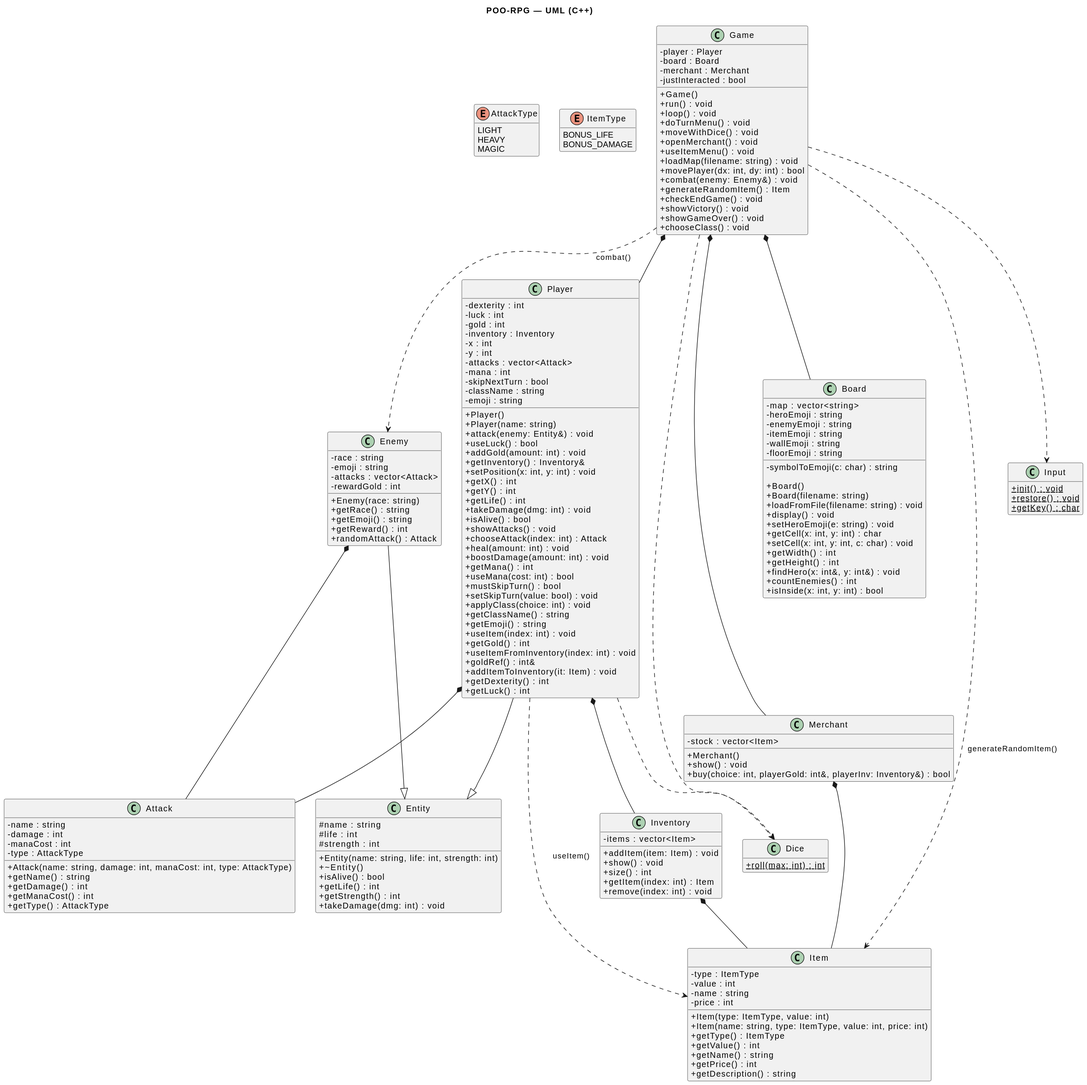
Earlier version of the PlantUML export out/UML/UML.svg (Specht1000/POO-RPG). Its diagram source:
```plantuml
@startuml
title POO-RPG — UML (C++)

skinparam classAttributeIconSize 0
hide empty members

enum AttackType {
  LIGHT
  HEAVY
  MAGIC
}

enum ItemType {
  BONUS_LIFE
  BONUS_DAMAGE
}

class Entity {
  # name : string
  # life : int
  # strength : int

  + Entity(name: string, life: int, strength: int)
  + ~Entity()
  + isAlive() : bool
  + getLife() : int
  + getStrength() : int
  + takeDamage(dmg: int) : void
}

class Player {
  - dexterity : int
  - luck : int
  - gold : int
  - inventory : Inventory
  - x : int
  - y : int
  - attacks : vector<Attack>
  - mana : int
  - skipNextTurn : bool
  - className : string
  - emoji : string

  + Player()
  + Player(name: string)
  + attack(enemy: Entity&) : void
  + useLuck() : bool
  + addGold(amount: int) : void
  + getInventory() : Inventory&
  + setPosition(x: int, y: int) : void
  + getX() : int
  + getY() : int
  + getLife() : int
  + takeDamage(dmg: int) : void
  + isAlive() : bool
  + showAttacks() : void
  + chooseAttack(index: int) : Attack
  + heal(amount: int) : void
  + boostDamage(amount: int) : void
  + getMana() : int
  + useMana(cost: int) : bool
  + mustSkipTurn() : bool
  + setSkipTurn(value: bool) : void
  + applyClass(choice: int) : void
  + getClassName() : string
  + getEmoji() : string
  + useItem(index: int) : void
  + getGold() : int
  + useItemFromInventory(index: int) : void
  + goldRef() : int&
  + addItemToInventory(it: Item) : void
  + getDexterity() : int
  + getLuck() : int
}

class Enemy {
  - race : string
  - emoji : string
  - attacks : vector<Attack>
  - rewardGold : int

  + Enemy(race: string)
  + getRace() : string
  + getEmoji() : string
  + getReward() : int
  + randomAttack() : Attack
}

class Attack {
  - name : string
  - damage : int
  - manaCost : int
  - type : AttackType

  + Attack(name: string, damage: int, manaCost: int, type: AttackType)
  + getName() : string
  + getDamage() : int
  + getManaCost() : int
  + getType() : AttackType
}

class Item {
  - type : ItemType
  - value : int
  - name : string
  - price : int

  + Item(type: ItemType, value: int)
  + Item(name: string, type: ItemType, value: int, price: int)
  + getType() : ItemType
  + getValue() : int
  + getName() : string
  + getPrice() : int
  + getDescription() : string
}

class Inventory {
  - items : vector<Item>

  + addItem(item: Item) : void
  + show() : void
  + size() : int
  + getItem(index: int) : Item
  + remove(index: int) : void
}

class Merchant {
  - stock : vector<Item>

  + Merchant()
  + show() : void
  + buy(choice: int, playerGold: int&, playerInv: Inventory&) : bool
}

class Board {
  - map : vector<string>
  - heroEmoji : string
  - enemyEmoji : string
  - itemEmoji : string
  - wallEmoji : string
  - floorEmoji : string
  - symbolToEmoji(c: char) : string

  + Board()
  + Board(filename: string)
  + loadFromFile(filename: string) : void
  + display() : void
  + setHeroEmoji(e: string) : void
  + getCell(x: int, y: int) : char
  + setCell(x: int, y: int, c: char) : void
  + getWidth() : int
  + getHeight() : int
  + findHero(x: int&, y: int&) : void
  + countEnemies() : int
  + isInside(x: int, y: int) : bool
}

class Dice {
  + {static} roll(max: int) : int
}

class Input {
  + {static} init() : void
  + {static} restore() : void
  + {static} getKey() : char
}

class Game {
  - player : Player
  - board : Board
  - merchant : Merchant
  - justInteracted : bool

  + Game()
  + run() : void
  + loop() : void
  + doTurnMenu() : void
  + moveWithDice() : void
  + openMerchant() : void
  + useItemMenu() : void
  + loadMap(filename: string) : void
  + movePlayer(dx: int, dy: int) : bool
  + combat(enemy: Enemy&) : void
  + generateRandomItem() : Item
  + checkEndGame() : void
  + showVictory() : void
  + showGameOver() : void
  + chooseClass() : void
}

Player --|> Entity
Enemy  --|> Entity

Player *-- Inventory
Inventory *-- Item

Player *-- Attack
Enemy  *-- Attack

Merchant *-- Item

Game *-- Player
Game *-- Board
Game *-- Merchant

Game ..> Enemy : combat()
Game ..> Item  : generateRandomItem()
Player ..> Item : useItem()

Player ..> Dice
Game   ..> Dice
Game   ..> Input
@enduml
```
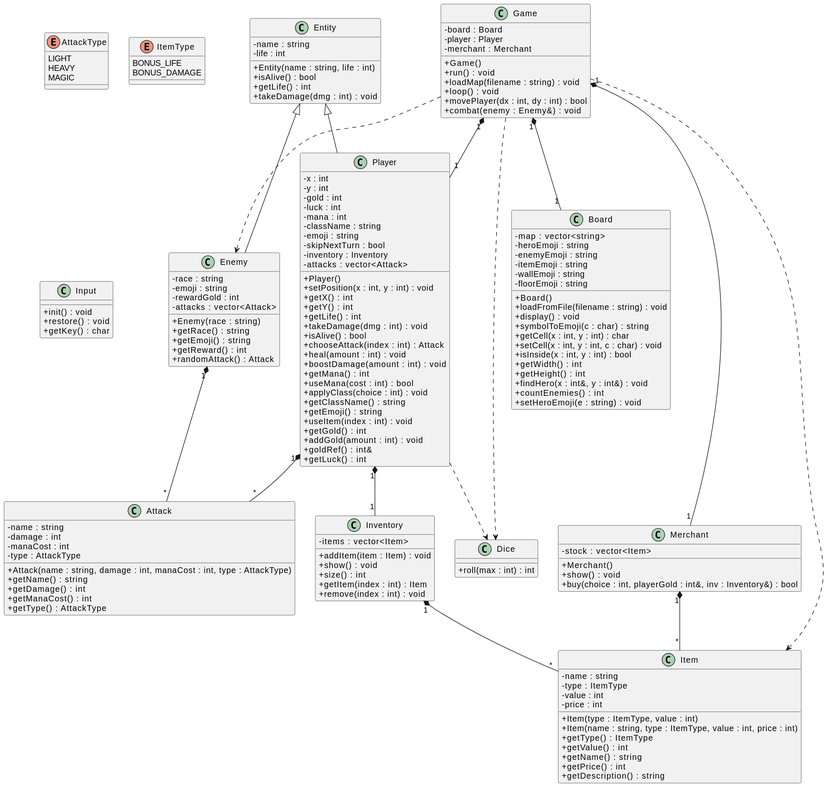
Above is the later version.

The edit, as a diff of the source:
```diff
@@ -1,8 +1,5 @@
 @startuml
-title POO-RPG — UML (C++)
-
 skinparam classAttributeIconSize 0
-hide empty members
 
 enum AttackType {
   LIGHT
@@ -16,74 +13,12 @@
 }
 
 class Entity {
-  # name : string
-  # life : int
-  # strength : int
-
-  + Entity(name: string, life: int, strength: int)
-  + ~Entity()
+  - name : string
+  - life : int
+  + Entity(name : string, life : int)
   + isAlive() : bool
   + getLife() : int
-  + getStrength() : int
-  + takeDamage(dmg: int) : void
-}
-
-class Player {
-  - dexterity : int
-  - luck : int
-  - gold : int
-  - inventory : Inventory
-  - x : int
-  - y : int
-  - attacks : vector<Attack>
-  - mana : int
-  - skipNextTurn : bool
-  - className : string
-  - emoji : string
-
-  + Player()
-  + Player(name: string)
-  + attack(enemy: Entity&) : void
-  + useLuck() : bool
-  + addGold(amount: int) : void
-  + getInventory() : Inventory&
-  + setPosition(x: int, y: int) : void
-  + getX() : int
-  + getY() : int
-  + getLife() : int
-  + takeDamage(dmg: int) : void
-  + isAlive() : bool
-  + showAttacks() : void
-  + chooseAttack(index: int) : Attack
-  + heal(amount: int) : void
-  + boostDamage(amount: int) : void
-  + getMana() : int
-  + useMana(cost: int) : bool
-  + mustSkipTurn() : bool
-  + setSkipTurn(value: bool) : void
-  + applyClass(choice: int) : void
-  + getClassName() : string
-  + getEmoji() : string
-  + useItem(index: int) : void
-  + getGold() : int
-  + useItemFromInventory(index: int) : void
-  + goldRef() : int&
-  + addItemToInventory(it: Item) : void
-  + getDexterity() : int
-  + getLuck() : int
-}
-
-class Enemy {
-  - race : string
-  - emoji : string
-  - attacks : vector<Attack>
-  - rewardGold : int
-
-  + Enemy(race: string)
-  + getRace() : string
-  + getEmoji() : string
-  + getReward() : int
-  + randomAttack() : Attack
+  + takeDamage(dmg : int) : void
 }
 
 class Attack {
@@ -91,22 +26,35 @@
   - damage : int
   - manaCost : int
   - type : AttackType
-
-  + Attack(name: string, damage: int, manaCost: int, type: AttackType)
+  + Attack(name : string, damage : int, manaCost : int, type : AttackType)
   + getName() : string
   + getDamage() : int
   + getManaCost() : int
   + getType() : AttackType
 }
 
+class Enemy {
+  - race : string
+  - emoji : string
+  - rewardGold : int
+  - attacks : vector<Attack>
+  + Enemy(race : string)
+  + getRace() : string
+  + getEmoji() : string
+  + getReward() : int
+  + randomAttack() : Attack
+}
+
+Entity <|-- Enemy
+Enemy "1" *-- "*" Attack
+
 class Item {
+  - name : string
   - type : ItemType
   - value : int
-  - name : string
   - price : int
-
-  + Item(type: ItemType, value: int)
-  + Item(name: string, type: ItemType, value: int, price: int)
+  + Item(type : ItemType, value : int)
+  + Item(name : string, type : ItemType, value : int, price : int)
   + getType() : ItemType
   + getValue() : int
   + getName() : string
@@ -116,21 +64,61 @@
 
 class Inventory {
   - items : vector<Item>
-
-  + addItem(item: Item) : void
+  + addItem(item : Item) : void
   + show() : void
   + size() : int
-  + getItem(index: int) : Item
-  + remove(index: int) : void
+  + getItem(index : int) : Item
+  + remove(index : int) : void
 }
+
+Inventory "1" *-- "*" Item
+
+class Player {
+  - x : int
+  - y : int
+  - gold : int
+  - luck : int
+  - mana : int
+  - className : string
+  - emoji : string
+  - skipNextTurn : bool
+  - inventory : Inventory
+  - attacks : vector<Attack>
+
+  + Player()
+  + setPosition(x : int, y : int) : void
+  + getX() : int
+  + getY() : int
+  + getLife() : int
+  + takeDamage(dmg : int) : void
+  + isAlive() : bool
+  + chooseAttack(index : int) : Attack
+  + heal(amount : int) : void
+  + boostDamage(amount : int) : void
+  + getMana() : int
+  + useMana(cost : int) : bool
+  + applyClass(choice : int) : void
+  + getClassName() : string
+  + getEmoji() : string
+  + useItem(index : int) : void
+  + getGold() : int
+  + addGold(amount : int) : void
+  + goldRef() : int&
+  + getLuck() : int
+}
+
+Entity <|-- Player
+Player "1" *-- "1" Inventory
+Player "1" *-- "*" Attack
 
 class Merchant {
   - stock : vector<Item>
-
   + Merchant()
   + show() : void
-  + buy(choice: int, playerGold: int&, playerInv: Inventory&) : bool
+  + buy(choice : int, playerGold : int&, inv : Inventory&) : bool
 }
+
+Merchant "1" *-- "*" Item
 
 class Board {
   - map : vector<string>
@@ -139,75 +127,48 @@
   - itemEmoji : string
   - wallEmoji : string
   - floorEmoji : string
-  - symbolToEmoji(c: char) : string
-
   + Board()
-  + Board(filename: string)
-  + loadFromFile(filename: string) : void
+  + loadFromFile(filename : string) : void
   + display() : void
-  + setHeroEmoji(e: string) : void
-  + getCell(x: int, y: int) : char
-  + setCell(x: int, y: int, c: char) : void
+  + symbolToEmoji(c : char) : string
+  + getCell(x : int, y : int) : char
+  + setCell(x : int, y : int, c : char) : void
+  + isInside(x : int, y : int) : bool
   + getWidth() : int
   + getHeight() : int
-  + findHero(x: int&, y: int&) : void
+  + findHero(x : int&, y : int&) : void
   + countEnemies() : int
-  + isInside(x: int, y: int) : bool
+  + setHeroEmoji(e : string) : void
 }
 
+class Game {
+  - board : Board
+  - player : Player
+  - merchant : Merchant
+  + Game()
+  + run() : void
+  + loadMap(filename : string) : void
+  + loop() : void
+  + movePlayer(dx : int, dy : int) : bool
+  + combat(enemy : Enemy&) : void
+}
+
+Game "1" *-- "1" Board
+Game "1" *-- "1" Player
+Game "1" *-- "1" Merchant
+Game ..> Enemy
+Game ..> Item
+
 class Dice {
-  + {static} roll(max: int) : int
+  + roll(max : int) : int
 }
 
 class Input {
-  + {static} init() : void
-  + {static} restore() : void
-  + {static} getKey() : char
+  + init() : void
+  + restore() : void
+  + getKey() : char
 }
 
-class Game {
-  - player : Player
-  - board : Board
-  - merchant : Merchant
-  - justInteracted : bool
-
-  + Game()
-  + run() : void
-  + loop() : void
-  + doTurnMenu() : void
-  + moveWithDice() : void
-  + openMerchant() : void
-  + useItemMenu() : void
-  + loadMap(filename: string) : void
-  + movePlayer(dx: int, dy: int) : bool
-  + combat(enemy: Enemy&) : void
-  + generateRandomItem() : Item
-  + checkEndGame() : void
-  + showVictory() : void
-  + showGameOver() : void
-  + chooseClass() : void
-}
-
-Player --|> Entity
-Enemy  --|> Entity
-
-Player *-- Inventory
-Inventory *-- Item
-
-Player *-- Attack
-Enemy  *-- Attack
-
-Merchant *-- Item
-
-Game *-- Player
-Game *-- Board
-Game *-- Merchant
-
-Game ..> Enemy : combat()
-Game ..> Item  : generateRandomItem()
-Player ..> Item : useItem()
-
 Player ..> Dice
-Game   ..> Dice
-Game   ..> Input
+Game ..> Dice
 @enduml
```
